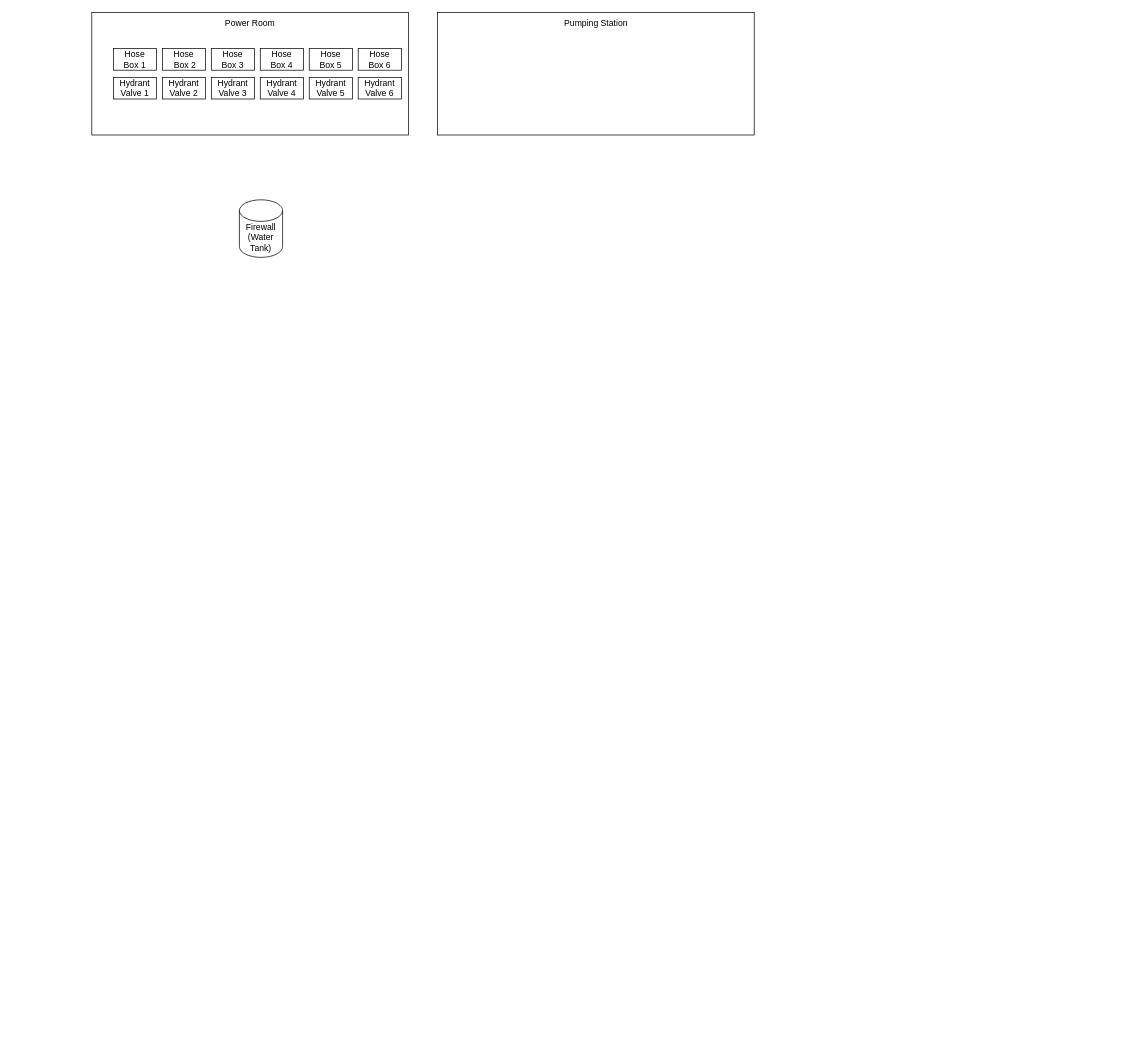
Above: Untitled Diagram.drawio in mijinc/Systems-Engineering (draw.io), before the change. Source tidied: cells renumbered, new cells numbered last; positions are measured from the earlier drawing's top-left corner, leaving out a move shared by most shapes. Both pictures are drawn from the tidied source at 72%, with x=0, y=0 at pixel (91, 12).
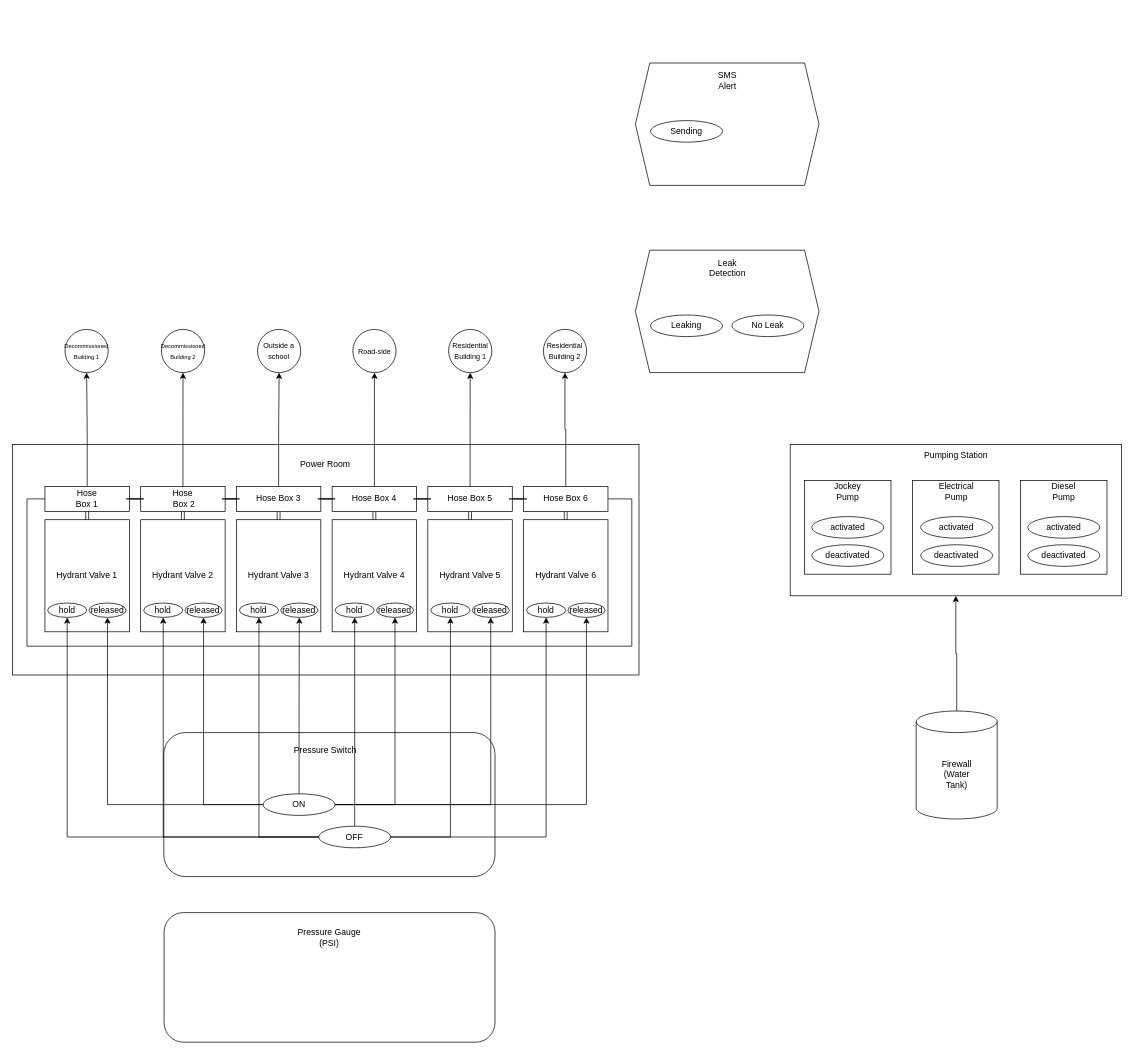
The same diagram, later.

What changed in the source:
```diff
@@
+    <mxCell id="19" style="edgeStyle=orthogonalEdgeStyle;rounded=0;jettySize=auto;html=1;" parent="1" edge="1" source="3" target="17">
+      <mxGeometry relative="1" as="geometry" />
+    </mxCell>
+    <mxCell id="3" value="Firewall&lt;br&gt;(Water&lt;br&gt;Tank)" style="shape=cylinder3;whiteSpace=wrap;html=1;boundedLbl=1;backgroundOutline=1;size=15;" parent="1" vertex="1">
+      <mxGeometry x="1145" y="970" width="112.5" height="150" as="geometry" />
+    </mxCell>
+    <mxCell id="17" style="rounded=0;whiteSpace=wrap;html=1;" parent="1" vertex="1">
+      <mxGeometry x="970" y="600" width="460" height="210" as="geometry" />
+    </mxCell>
+    <mxCell id="18" value="Pumping Station" style="text;html=1;strokeColor=none;fillColor=none;align=center;verticalAlign=middle;whiteSpace=wrap;rounded=0;" parent="1" vertex="1">
+      <mxGeometry x="1142.5" y="600" width="115" height="30" as="geometry" />
+    </mxCell>
+    <mxCell id="20" style="rounded=0;whiteSpace=wrap;html=1;" parent="1" vertex="1">
+      <mxGeometry x="990" y="650" width="120" height="130" as="geometry" />
+    </mxCell>
+    <mxCell id="21" style="rounded=0;whiteSpace=wrap;html=1;" parent="1" vertex="1">
+      <mxGeometry x="1140" y="650" width="120" height="130" as="geometry" />
+    </mxCell>
+    <mxCell id="22" style="rounded=0;whiteSpace=wrap;html=1;" parent="1" vertex="1">
+      <mxGeometry x="1290" y="650" width="120" height="130" as="geometry" />
+    </mxCell>
+    <mxCell id="23" value="activated" style="ellipse;whiteSpace=wrap;html=1;" parent="1" vertex="1">
+      <mxGeometry x="1000" y="700" width="100" height="30" as="geometry" />
+    </mxCell>
+    <mxCell id="24" value="deactivated" style="ellipse;whiteSpace=wrap;html=1;" parent="1" vertex="1">
+      <mxGeometry x="1000" y="739.1" width="100" height="30" as="geometry" />
+    </mxCell>
+    <mxCell id="25" value="activated" style="ellipse;whiteSpace=wrap;html=1;" parent="1" vertex="1">
+      <mxGeometry x="1151.2" y="700" width="100" height="30" as="geometry" />
+    </mxCell>
     <mxCell id="2" style="rounded=0;whiteSpace=wrap;html=1;" parent="1" vertex="1">
-      <mxGeometry width="440" height="170" as="geometry" />
+      <mxGeometry x="-110" y="600" width="870" height="320" as="geometry" />
     </mxCell>
-    <mxCell id="3" value="Firewall&lt;br&gt;(Water&lt;br&gt;Tank)" style="shape=cylinder3;whiteSpace=wrap;html=1;boundedLbl=1;backgroundOutline=1;size=15;" parent="1" vertex="1">
-      <mxGeometry x="205" y="260" width="60" height="80" as="geometry" />
-    </mxCell>
+    <mxCell id="26" value="deactivated" style="ellipse;whiteSpace=wrap;html=1;" parent="1" vertex="1">
+      <mxGeometry x="1151.2" y="739.1" width="100" height="30" as="geometry" />
+    </mxCell>
+    <mxCell id="27" value="activated" style="ellipse;whiteSpace=wrap;html=1;" parent="1" vertex="1">
+      <mxGeometry x="1300" y="700" width="100" height="30" as="geometry" />
+    </mxCell>
+    <mxCell id="28" value="deactivated" style="ellipse;whiteSpace=wrap;html=1;" parent="1" vertex="1">
+      <mxGeometry x="1300" y="739.1" width="100" height="30" as="geometry" />
+    </mxCell>
+    <mxCell id="29" value="Jockey&lt;br&gt;Pump" style="text;html=1;strokeColor=none;fillColor=none;align=center;verticalAlign=middle;whiteSpace=wrap;rounded=0;" parent="1" vertex="1">
+      <mxGeometry x="1020" y="650" width="60" height="30" as="geometry" />
+    </mxCell>
+    <mxCell id="30" value="Electrical&lt;br&gt;Pump" style="text;html=1;strokeColor=none;fillColor=none;align=center;verticalAlign=middle;whiteSpace=wrap;rounded=0;" parent="1" vertex="1">
+      <mxGeometry x="1171.2" y="650" width="60" height="30" as="geometry" />
+    </mxCell>
+    <mxCell id="31" value="Diesel&lt;br&gt;Pump" style="text;html=1;strokeColor=none;fillColor=none;align=center;verticalAlign=middle;whiteSpace=wrap;rounded=0;" parent="1" vertex="1">
+      <mxGeometry x="1320" y="650" width="60" height="30" as="geometry" />
+    </mxCell>
+    <mxCell id="32" style="rounded=1;whiteSpace=wrap;html=1;" parent="1" vertex="1">
+      <mxGeometry x="100" y="1000" width="460" height="200" as="geometry" />
+    </mxCell>
+    <mxCell id="33" value="ON" style="ellipse;whiteSpace=wrap;html=1;" parent="1" vertex="1">
+      <mxGeometry x="237.9" y="1085" width="100" height="30" as="geometry" />
+    </mxCell>
+    <mxCell id="34" value="OFF" style="ellipse;whiteSpace=wrap;html=1;" parent="1" vertex="1">
+      <mxGeometry x="315.1" y="1130" width="100" height="30" as="geometry" />
+    </mxCell>
+    <mxCell id="35" style="shape=hexagon;perimeter=hexagonPerimeter2;whiteSpace=wrap;html=1;fixedSize=1;" parent="1" vertex="1">
+      <mxGeometry x="755" y="330" width="255" height="170" as="geometry" />
+    </mxCell>
+    <mxCell id="36" value="Leaking" style="ellipse;whiteSpace=wrap;html=1;" parent="1" vertex="1">
+      <mxGeometry x="776" y="420" width="100" height="30" as="geometry" />
+    </mxCell>
+    <mxCell id="37" value="No Leak" style="ellipse;whiteSpace=wrap;html=1;" parent="1" vertex="1">
+      <mxGeometry x="889" y="420" width="100" height="30" as="geometry" />
+    </mxCell>
+    <mxCell id="38" value="Leak Detection" style="text;html=1;strokeColor=none;fillColor=none;align=center;verticalAlign=middle;whiteSpace=wrap;rounded=0;" parent="1" vertex="1">
+      <mxGeometry x="852.5" y="340" width="60" height="30" as="geometry" />
+    </mxCell>
+    <mxCell id="39" style="shape=hexagon;perimeter=hexagonPerimeter2;whiteSpace=wrap;html=1;fixedSize=1;" parent="1" vertex="1">
+      <mxGeometry x="755" y="70" width="255" height="170" as="geometry" />
+    </mxCell>
+    <mxCell id="40" value="SMS&lt;br&gt;Alert" style="text;html=1;strokeColor=none;fillColor=none;align=center;verticalAlign=middle;whiteSpace=wrap;rounded=0;" parent="1" vertex="1">
+      <mxGeometry x="852.5" y="80" width="60" height="30" as="geometry" />
+    </mxCell>
+    <mxCell id="41" value="Sending" style="ellipse;whiteSpace=wrap;html=1;" parent="1" vertex="1">
+      <mxGeometry x="776" y="150" width="100" height="30" as="geometry" />
+    </mxCell>
     <mxCell id="4" value="Power Room" style="text;html=1;strokeColor=none;fillColor=none;align=center;verticalAlign=middle;whiteSpace=wrap;rounded=0;" parent="1" vertex="1">
-      <mxGeometry x="175" width="90" height="30" as="geometry" />
+      <mxGeometry x="245.4" y="610" width="159.2" height="34.8" as="geometry" />
     </mxCell>
     <mxCell id="5" value="Hydrant Valve 1" style="rounded=0;whiteSpace=wrap;html=1;flipH=1;" parent="1" vertex="1">
-      <mxGeometry x="30" y="90" width="60" height="30" as="geometry" />
+      <mxGeometry x="-65.1" y="704.3" width="117.3" height="155.7" as="geometry" />
     </mxCell>
     <mxCell id="6" value="Hydrant Valve 2" style="rounded=0;whiteSpace=wrap;html=1;flipH=1;" parent="1" vertex="1">
-      <mxGeometry x="98" y="90" width="60" height="30" as="geometry" />
+      <mxGeometry x="67.9" y="704.3" width="117.3" height="155.7" as="geometry" />
     </mxCell>
     <mxCell id="7" value="Hydrant Valve 3" style="rounded=0;whiteSpace=wrap;html=1;flipH=1;" parent="1" vertex="1">
-      <mxGeometry x="166" y="90" width="60" height="30" as="geometry" />
+      <mxGeometry x="200.8" y="704.3" width="117.3" height="155.7" as="geometry" />
     </mxCell>
     <mxCell id="8" value="Hydrant Valve 4" style="rounded=0;whiteSpace=wrap;html=1;flipH=1;" parent="1" vertex="1">
-      <mxGeometry x="234" y="90" width="60" height="30" as="geometry" />
+      <mxGeometry x="333.8" y="704.3" width="117.3" height="155.7" as="geometry" />
     </mxCell>
     <mxCell id="9" value="Hydrant Valve 5" style="rounded=0;whiteSpace=wrap;html=1;flipH=1;" parent="1" vertex="1">
-      <mxGeometry x="302" y="90" width="60" height="30" as="geometry" />
+      <mxGeometry x="466.7" y="704.3" width="117.3" height="155.7" as="geometry" />
     </mxCell>
     <mxCell id="10" value="Hydrant Valve 6" style="rounded=0;whiteSpace=wrap;html=1;flipH=1;" parent="1" vertex="1">
-      <mxGeometry x="370" y="90" width="60" height="30" as="geometry" />
+      <mxGeometry x="599.6" y="704.3" width="117.3" height="155.7" as="geometry" />
     </mxCell>
+    <mxCell id="42" style="rounded=0;jettySize=auto;html=1;shape=link;" parent="1" edge="1" source="11" target="5">
+      <mxGeometry relative="1" as="geometry" />
+    </mxCell>
+    <mxCell id="43" style="edgeStyle=orthogonalEdgeStyle;rounded=0;jettySize=auto;html=1;entryX=0.5;entryY=1;entryDx=0;entryDy=0;" parent="1" edge="1" source="11" target="84">
+      <mxGeometry relative="1" as="geometry" />
+    </mxCell>
     <mxCell id="11" value="Hose &lt;br&gt;Box 1" style="rounded=0;whiteSpace=wrap;html=1;flipH=1;" parent="1" vertex="1">
-      <mxGeometry x="30" y="50" width="60" height="30" as="geometry" />
+      <mxGeometry x="-65.1" y="658" width="117.3" height="34.8" as="geometry" />
     </mxCell>
+    <mxCell id="44" style="rounded=0;jettySize=auto;html=1;shape=link;" parent="1" edge="1" source="12" target="6">
+      <mxGeometry relative="1" as="geometry" />
+    </mxCell>
     <mxCell id="12" value="Hose&lt;br&gt;&amp;nbsp;Box 2" style="rounded=0;whiteSpace=wrap;html=1;flipH=1;" parent="1" vertex="1">
-      <mxGeometry x="98" y="50" width="60" height="30" as="geometry" />
+      <mxGeometry x="67.9" y="658" width="117.3" height="34.8" as="geometry" />
     </mxCell>
+    <mxCell id="45" style="edgeStyle=orthogonalEdgeStyle;rounded=0;jettySize=auto;html=1;endArrow=none;endFill=0;" parent="1" edge="1" source="11" target="12">
+      <mxGeometry relative="1" as="geometry" />
+    </mxCell>
+    <mxCell id="46" style="rounded=0;jettySize=auto;html=1;shape=link;" parent="1" edge="1" source="13" target="7">
+      <mxGeometry relative="1" as="geometry" />
+    </mxCell>
     <mxCell id="13" value="Hose Box&amp;nbsp;3" style="rounded=0;whiteSpace=wrap;html=1;flipH=1;" parent="1" vertex="1">
-      <mxGeometry x="166" y="50" width="60" height="30" as="geometry" />
+      <mxGeometry x="200.8" y="658" width="117.3" height="34.8" as="geometry" />
     </mxCell>
+    <mxCell id="47" style="edgeStyle=orthogonalEdgeStyle;rounded=0;jettySize=auto;html=1;endArrow=none;endFill=0;" parent="1" edge="1" source="12" target="13">
+      <mxGeometry relative="1" as="geometry" />
+    </mxCell>
+    <mxCell id="48" style="rounded=0;jettySize=auto;html=1;shape=link;" parent="1" edge="1" source="14" target="8">
+      <mxGeometry relative="1" as="geometry" />
+    </mxCell>
     <mxCell id="14" value="Hose Box&amp;nbsp;4" style="rounded=0;whiteSpace=wrap;html=1;flipH=1;" parent="1" vertex="1">
-      <mxGeometry x="234" y="50" width="60" height="30" as="geometry" />
+      <mxGeometry x="333.8" y="658" width="117.3" height="34.8" as="geometry" />
     </mxCell>
+    <mxCell id="49" style="edgeStyle=orthogonalEdgeStyle;rounded=0;jettySize=auto;html=1;endArrow=none;endFill=0;" parent="1" edge="1" source="13" target="14">
+      <mxGeometry relative="1" as="geometry" />
+    </mxCell>
+    <mxCell id="50" style="rounded=0;jettySize=auto;html=1;shape=link;" parent="1" edge="1" source="15" target="9">
+      <mxGeometry relative="1" as="geometry" />
+    </mxCell>
     <mxCell id="15" value="Hose Box&amp;nbsp;5" style="rounded=0;whiteSpace=wrap;html=1;flipH=1;" parent="1" vertex="1">
-      <mxGeometry x="302" y="50" width="60" height="30" as="geometry" />
+      <mxGeometry x="466.7" y="658" width="117.3" height="34.8" as="geometry" />
     </mxCell>
+    <mxCell id="51" style="edgeStyle=orthogonalEdgeStyle;rounded=0;jettySize=auto;html=1;endArrow=none;endFill=0;" parent="1" edge="1" source="14" target="15">
+      <mxGeometry relative="1" as="geometry" />
+    </mxCell>
+    <mxCell id="52" style="rounded=0;jettySize=auto;html=1;shape=link;" parent="1" edge="1" source="16" target="10">
+      <mxGeometry relative="1" as="geometry" />
+    </mxCell>
     <mxCell id="16" value="Hose Box&amp;nbsp;6" style="rounded=0;whiteSpace=wrap;html=1;flipH=1;" parent="1" vertex="1">
-      <mxGeometry x="370" y="50" width="60" height="30" as="geometry" />
+      <mxGeometry x="599.6" y="658" width="117.3" height="34.8" as="geometry" />
     </mxCell>
-    <mxCell id="17" style="rounded=0;whiteSpace=wrap;html=1;" parent="1" vertex="1">
-      <mxGeometry x="480" width="440" height="170" as="geometry" />
-    </mxCell>
-    <mxCell id="18" value="Pumping Station" style="text;html=1;strokeColor=none;fillColor=none;align=center;verticalAlign=middle;whiteSpace=wrap;rounded=0;" parent="1" vertex="1">
-      <mxGeometry x="642.5" width="115" height="30" as="geometry" />
-    </mxCell>
+    <mxCell id="53" style="edgeStyle=orthogonalEdgeStyle;rounded=0;jettySize=auto;html=1;entryX=1;entryY=0.5;entryDx=0;entryDy=0;endArrow=none;endFill=0;" parent="1" edge="1" source="11" target="16">
+      <mxGeometry relative="1" as="geometry">
+        <Array as="points">
+          <mxPoint x="-90" y="675" />
+          <mxPoint x="-90" y="880" />
+          <mxPoint x="750" y="880" />
+          <mxPoint x="750" y="675" />
+        </Array>
+      </mxGeometry>
+    </mxCell>
+    <mxCell id="54" style="edgeStyle=orthogonalEdgeStyle;rounded=0;jettySize=auto;html=1;endArrow=none;endFill=0;" parent="1" edge="1" source="15" target="16">
+      <mxGeometry relative="1" as="geometry" />
+    </mxCell>
+    <mxCell id="55" value="hold" style="ellipse;whiteSpace=wrap;html=1;" parent="1" vertex="1">
+      <mxGeometry x="-61.4" y="820" width="54.4" height="20" as="geometry" />
+    </mxCell>
+    <mxCell id="56" value="released" style="ellipse;whiteSpace=wrap;html=1;" parent="1" vertex="1">
+      <mxGeometry x="-4" y="820" width="51.6" height="20" as="geometry" />
+    </mxCell>
+    <mxCell id="57" value="hold" style="ellipse;whiteSpace=wrap;html=1;" parent="1" vertex="1">
+      <mxGeometry x="72" y="820" width="54.4" height="20" as="geometry" />
+    </mxCell>
+    <mxCell id="58" value="released" style="ellipse;whiteSpace=wrap;html=1;" parent="1" vertex="1">
+      <mxGeometry x="129.4" y="820" width="51.6" height="20" as="geometry" />
+    </mxCell>
+    <mxCell id="59" value="hold" style="ellipse;whiteSpace=wrap;html=1;" parent="1" vertex="1">
+      <mxGeometry x="205" y="820" width="54.4" height="20" as="geometry" />
+    </mxCell>
+    <mxCell id="60" value="released" style="ellipse;whiteSpace=wrap;html=1;" parent="1" vertex="1">
+      <mxGeometry x="262.4" y="820" width="51.6" height="20" as="geometry" />
+    </mxCell>
+    <mxCell id="61" value="hold" style="ellipse;whiteSpace=wrap;html=1;" parent="1" vertex="1">
+      <mxGeometry x="337.9" y="820" width="54.4" height="20" as="geometry" />
+    </mxCell>
+    <mxCell id="62" value="released" style="ellipse;whiteSpace=wrap;html=1;" parent="1" vertex="1">
+      <mxGeometry x="395.3" y="820" width="51.6" height="20" as="geometry" />
+    </mxCell>
+    <mxCell id="63" value="hold" style="ellipse;whiteSpace=wrap;html=1;" parent="1" vertex="1">
+      <mxGeometry x="470.9" y="820" width="54.4" height="20" as="geometry" />
+    </mxCell>
+    <mxCell id="64" value="released" style="ellipse;whiteSpace=wrap;html=1;" parent="1" vertex="1">
+      <mxGeometry x="528.3" y="820" width="51.6" height="20" as="geometry" />
+    </mxCell>
+    <mxCell id="65" value="hold" style="ellipse;whiteSpace=wrap;html=1;" parent="1" vertex="1">
+      <mxGeometry x="603.8" y="820" width="54.4" height="20" as="geometry" />
+    </mxCell>
+    <mxCell id="66" value="released" style="ellipse;whiteSpace=wrap;html=1;" parent="1" vertex="1">
+      <mxGeometry x="661.2" y="820" width="51.6" height="20" as="geometry" />
+    </mxCell>
+    <mxCell id="67" style="edgeStyle=orthogonalEdgeStyle;rounded=0;jettySize=auto;html=1;entryX=0.5;entryY=1;entryDx=0;entryDy=0;" parent="1" edge="1" source="33" target="56">
+      <mxGeometry relative="1" as="geometry" />
+    </mxCell>
+    <mxCell id="68" style="edgeStyle=orthogonalEdgeStyle;rounded=0;jettySize=auto;html=1;entryX=0.5;entryY=1;entryDx=0;entryDy=0;" parent="1" edge="1" source="33" target="58">
+      <mxGeometry relative="1" as="geometry" />
+    </mxCell>
+    <mxCell id="69" style="edgeStyle=orthogonalEdgeStyle;rounded=0;jettySize=auto;html=1;entryX=0.5;entryY=1;entryDx=0;entryDy=0;" parent="1" edge="1" source="33" target="60">
+      <mxGeometry relative="1" as="geometry" />
+    </mxCell>
+    <mxCell id="70" style="edgeStyle=orthogonalEdgeStyle;rounded=0;jettySize=auto;html=1;" parent="1" edge="1" source="33" target="62">
+      <mxGeometry relative="1" as="geometry" />
+    </mxCell>
+    <mxCell id="71" style="edgeStyle=orthogonalEdgeStyle;rounded=0;jettySize=auto;html=1;entryX=0.5;entryY=1;entryDx=0;entryDy=0;" parent="1" edge="1" source="33" target="64">
+      <mxGeometry relative="1" as="geometry" />
+    </mxCell>
+    <mxCell id="72" style="edgeStyle=orthogonalEdgeStyle;rounded=0;jettySize=auto;html=1;" parent="1" edge="1" source="33" target="66">
+      <mxGeometry relative="1" as="geometry" />
+    </mxCell>
+    <mxCell id="73" style="edgeStyle=orthogonalEdgeStyle;rounded=0;jettySize=auto;html=1;" parent="1" edge="1" source="34" target="55">
+      <mxGeometry relative="1" as="geometry" />
+    </mxCell>
+    <mxCell id="74" style="edgeStyle=orthogonalEdgeStyle;rounded=0;jettySize=auto;html=1;" parent="1" edge="1" source="34" target="57">
+      <mxGeometry relative="1" as="geometry" />
+    </mxCell>
+    <mxCell id="75" style="edgeStyle=orthogonalEdgeStyle;rounded=0;jettySize=auto;html=1;" parent="1" edge="1" source="34" target="59">
+      <mxGeometry relative="1" as="geometry" />
+    </mxCell>
+    <mxCell id="76" style="edgeStyle=orthogonalEdgeStyle;rounded=0;jettySize=auto;html=1;" parent="1" edge="1" source="34" target="61">
+      <mxGeometry relative="1" as="geometry" />
+    </mxCell>
+    <mxCell id="77" style="edgeStyle=orthogonalEdgeStyle;rounded=0;jettySize=auto;html=1;" parent="1" edge="1" source="34" target="63">
+      <mxGeometry relative="1" as="geometry" />
+    </mxCell>
+    <mxCell id="78" style="edgeStyle=orthogonalEdgeStyle;rounded=0;jettySize=auto;html=1;" parent="1" edge="1" source="34" target="65">
+      <mxGeometry relative="1" as="geometry" />
+    </mxCell>
+    <mxCell id="79" style="edgeStyle=orthogonalEdgeStyle;rounded=0;jettySize=auto;html=1;entryX=0.5;entryY=1;entryDx=0;entryDy=0;" parent="1" edge="1" source="12" target="85">
+      <mxGeometry relative="1" as="geometry" />
+    </mxCell>
+    <mxCell id="80" style="edgeStyle=orthogonalEdgeStyle;rounded=0;jettySize=auto;html=1;entryX=0.5;entryY=1;entryDx=0;entryDy=0;" parent="1" edge="1" source="13" target="86">
+      <mxGeometry relative="1" as="geometry" />
+    </mxCell>
+    <mxCell id="81" style="edgeStyle=orthogonalEdgeStyle;rounded=0;jettySize=auto;html=1;entryX=0.5;entryY=1;entryDx=0;entryDy=0;" parent="1" edge="1" source="14" target="87">
+      <mxGeometry relative="1" as="geometry" />
+    </mxCell>
+    <mxCell id="82" style="edgeStyle=orthogonalEdgeStyle;rounded=0;jettySize=auto;html=1;entryX=0.5;entryY=1;entryDx=0;entryDy=0;" parent="1" edge="1" source="15" target="88">
+      <mxGeometry relative="1" as="geometry" />
+    </mxCell>
+    <mxCell id="83" style="edgeStyle=orthogonalEdgeStyle;rounded=0;jettySize=auto;html=1;entryX=0.5;entryY=1;entryDx=0;entryDy=0;" parent="1" edge="1" source="16" target="89">
+      <mxGeometry relative="1" as="geometry" />
+    </mxCell>
+    <mxCell id="84" value="&lt;font style=&quot;font-size: 8px;&quot;&gt;Decommissioned&lt;br&gt;Building 1&lt;/font&gt;" style="ellipse;whiteSpace=wrap;html=1;" parent="1" vertex="1">
+      <mxGeometry x="-37.2" y="440" width="60" height="60" as="geometry" />
+    </mxCell>
+    <mxCell id="85" value="&lt;font style=&quot;font-size: 8px;&quot;&gt;Decommissioned&lt;br&gt;Building 2&lt;/font&gt;" style="ellipse;whiteSpace=wrap;html=1;" parent="1" vertex="1">
+      <mxGeometry x="96.7" y="440" width="60" height="60" as="geometry" />
+    </mxCell>
+    <mxCell id="86" value="&lt;font style=&quot;font-size: 10px;&quot;&gt;Outside a school&lt;/font&gt;" style="ellipse;whiteSpace=wrap;html=1;" parent="1" vertex="1">
+      <mxGeometry x="230.2" y="440" width="60" height="60" as="geometry" />
+    </mxCell>
+    <mxCell id="87" value="&lt;font style=&quot;font-size: 10px;&quot;&gt;Road-side&lt;/font&gt;" style="ellipse;whiteSpace=wrap;html=1;" parent="1" vertex="1">
+      <mxGeometry x="362.6" y="440" width="60" height="60" as="geometry" />
+    </mxCell>
+    <mxCell id="88" value="&lt;font style=&quot;font-size: 10px;&quot;&gt;Residential Building 1&lt;/font&gt;" style="ellipse;whiteSpace=wrap;html=1;" parent="1" vertex="1">
+      <mxGeometry x="495.6" y="440" width="60" height="60" as="geometry" />
+    </mxCell>
+    <mxCell id="89" value="&lt;font style=&quot;font-size: 10px;&quot;&gt;Residential Building 2&lt;/font&gt;" style="ellipse;whiteSpace=wrap;html=1;" parent="1" vertex="1">
+      <mxGeometry x="627.2" y="440" width="60" height="60" as="geometry" />
+    </mxCell>
+    <mxCell id="90" style="rounded=1;whiteSpace=wrap;html=1;" parent="1" vertex="1">
+      <mxGeometry x="100.4" y="1250" width="459.6" height="180" as="geometry" />
+    </mxCell>
+    <mxCell id="91" value="Pressure Gauge (PSI)" style="text;html=1;strokeColor=none;fillColor=none;align=center;verticalAlign=middle;whiteSpace=wrap;rounded=0;" parent="1" vertex="1">
+      <mxGeometry x="275.3" y="1270" width="109.8" height="30" as="geometry" />
+    </mxCell>
+    <mxCell id="92" value="Pressure Switch" style="text;html=1;strokeColor=none;fillColor=none;align=center;verticalAlign=middle;whiteSpace=wrap;rounded=0;" parent="1" vertex="1">
+      <mxGeometry x="220.4" y="1010" width="209.2" height="30" as="geometry" />
+    </mxCell>
```
